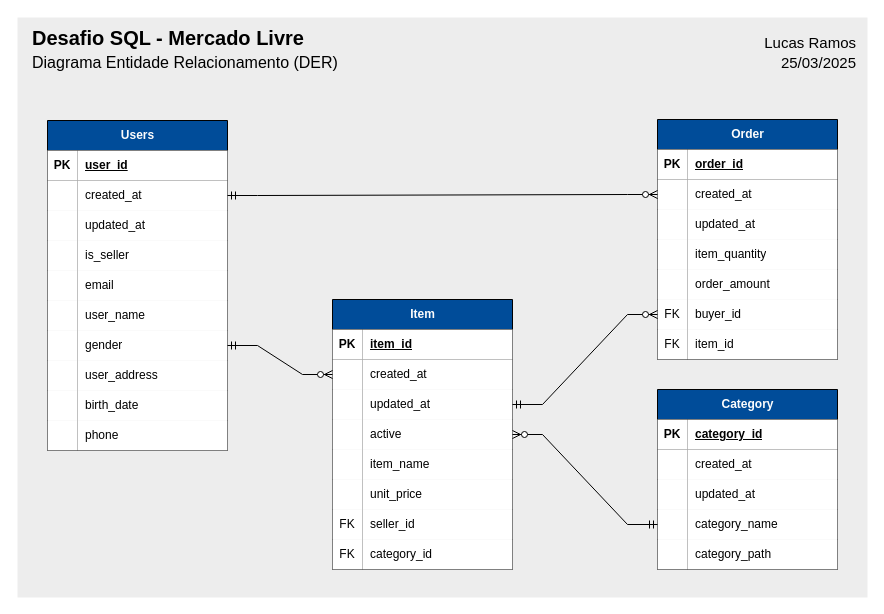
Before: er_diagrams/meli-sql-challenge-DER.drawio in ramoslucas-lr/meli-sql-challenge, a draw.io diagram. Source tidied: cells renumbered, new cells numbered last; positions are measured from the earlier drawing's top-left corner, leaving out a move shared by most shapes. Both pictures are drawn from the tidied source at 100%, with x=0, y=0 at pixel (17, 17).
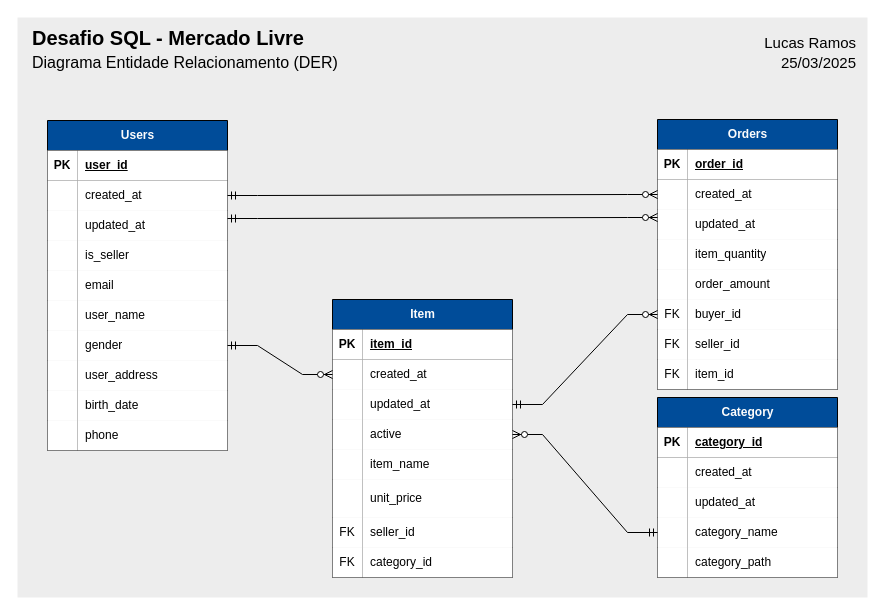
Above is the later version.

Commit message (it also covers changes not shown here):
feat: add seller id FK to orders table

The edit, as a diff of the source:
```diff
@@
     <mxCell id="34" value="Item" style="shape=table;startSize=30;childLayout=tableLayout;rowLines=0;fontStyle=1;align=center;html=1;fillColor=#004C99;fontColor=#FCFCFC;" parent="1" vertex="1">
-      <mxGeometry x="315" y="282" width="180" height="270" as="geometry" />
+      <mxGeometry x="315" y="282" width="180" height="278" as="geometry" />
     </mxCell>
@@
     <mxCell id="50" style="shape=tableRow;horizontal=0;startSize=0;swimlaneHead=0;swimlaneBody=0;fillColor=none;top=0;left=0;right=0;bottom=0;" parent="34" vertex="1">
-      <mxGeometry y="180" width="180" height="30" as="geometry" />
+      <mxGeometry y="180" width="180" height="38" as="geometry" />
     </mxCell>
     <mxCell id="51" style="shape=partialRectangle;fillColor=default;top=0;left=0;bottom=0;right=0;overflow=hidden;whiteSpace=wrap;html=1;" parent="50" vertex="1">
-      <mxGeometry width="30" height="30" as="geometry" />
+      <mxGeometry width="30" height="38" as="geometry" />
     </mxCell>
     <mxCell id="52" value="unit_price" style="shape=partialRectangle;fillColor=default;top=0;left=0;bottom=0;right=0;align=left;spacingLeft=6;overflow=hidden;whiteSpace=wrap;html=1;" parent="50" vertex="1">
-      <mxGeometry x="30" width="150" height="30" as="geometry" />
+      <mxGeometry x="30" width="150" height="38" as="geometry" />
     </mxCell>
     <mxCell id="53" style="shape=tableRow;horizontal=0;startSize=0;swimlaneHead=0;swimlaneBody=0;fillColor=none;top=0;left=0;right=0;bottom=0;" parent="34" vertex="1">
-      <mxGeometry y="210" width="180" height="30" as="geometry" />
+      <mxGeometry y="218" width="180" height="30" as="geometry" />
     </mxCell>
@@
     <mxCell id="56" style="shape=tableRow;horizontal=0;startSize=0;swimlaneHead=0;swimlaneBody=0;fillColor=none;top=0;left=0;right=0;bottom=0;" parent="34" vertex="1">
-      <mxGeometry y="240" width="180" height="30" as="geometry" />
+      <mxGeometry y="248" width="180" height="30" as="geometry" />
     </mxCell>
@@
     <mxCell id="59" value="Category" style="shape=table;startSize=30;childLayout=tableLayout;rowLines=0;fontStyle=1;align=center;html=1;fillColor=#004C99;labelBackgroundColor=none;fontColor=#FCFCFC;" parent="1" vertex="1">
-      <mxGeometry x="640" y="372" width="180" height="180" as="geometry" />
+      <mxGeometry x="640" y="380" width="180" height="180" as="geometry" />
     </mxCell>
@@
-    <mxCell id="75" value="Order" style="shape=table;startSize=30;childLayout=tableLayout;rowLines=0;fontStyle=1;align=center;html=1;fillColor=#004C99;fontColor=#FCFCFC;" parent="1" vertex="1">
-      <mxGeometry x="640" y="102" width="180" height="240" as="geometry" />
+    <mxCell id="75" value="Orders" style="shape=table;startSize=30;childLayout=tableLayout;rowLines=0;fontStyle=1;align=center;html=1;fillColor=#004C99;fontColor=#FCFCFC;" parent="1" vertex="1">
+      <mxGeometry x="640" y="102" width="180" height="270" as="geometry" />
     </mxCell>
@@
+    <mxCell id="105" style="shape=tableRow;horizontal=0;startSize=0;swimlaneHead=0;swimlaneBody=0;fillColor=none;top=0;left=0;right=0;bottom=0;" parent="75" vertex="1">
+      <mxGeometry y="210" width="180" height="30" as="geometry" />
+    </mxCell>
+    <mxCell id="106" value="FK" style="shape=partialRectangle;fillColor=default;top=0;left=0;bottom=0;right=0;overflow=hidden;whiteSpace=wrap;html=1;" parent="105" vertex="1">
+      <mxGeometry width="30" height="30" as="geometry" />
+    </mxCell>
+    <mxCell id="107" value="seller_id" style="shape=partialRectangle;fillColor=default;top=0;left=0;bottom=0;right=0;align=left;spacingLeft=6;overflow=hidden;whiteSpace=wrap;html=1;" parent="105" vertex="1">
+      <mxGeometry x="30" width="150" height="30" as="geometry" />
+    </mxCell>
     <mxCell id="94" style="shape=tableRow;horizontal=0;startSize=0;swimlaneHead=0;swimlaneBody=0;fillColor=none;top=0;left=0;right=0;bottom=0;" parent="75" vertex="1">
-      <mxGeometry y="210" width="180" height="30" as="geometry" />
+      <mxGeometry y="240" width="180" height="30" as="geometry" />
     </mxCell>
@@
+    <mxCell id="108" style="edgeStyle=entityRelationEdgeStyle;fontSize=12;html=1;endArrow=ERzeroToMany;startArrow=ERmandOne;rounded=0;entryX=0;entryY=0.5;entryDx=0;entryDy=0;exitX=1;exitY=0.5;exitDx=0;exitDy=0;" parent="1" edge="1">
+      <mxGeometry relative="1" as="geometry">
+        <mxPoint x="210" y="201" as="sourcePoint" />
+        <mxPoint x="640" y="200" as="targetPoint" />
+      </mxGeometry>
+    </mxCell>
```
